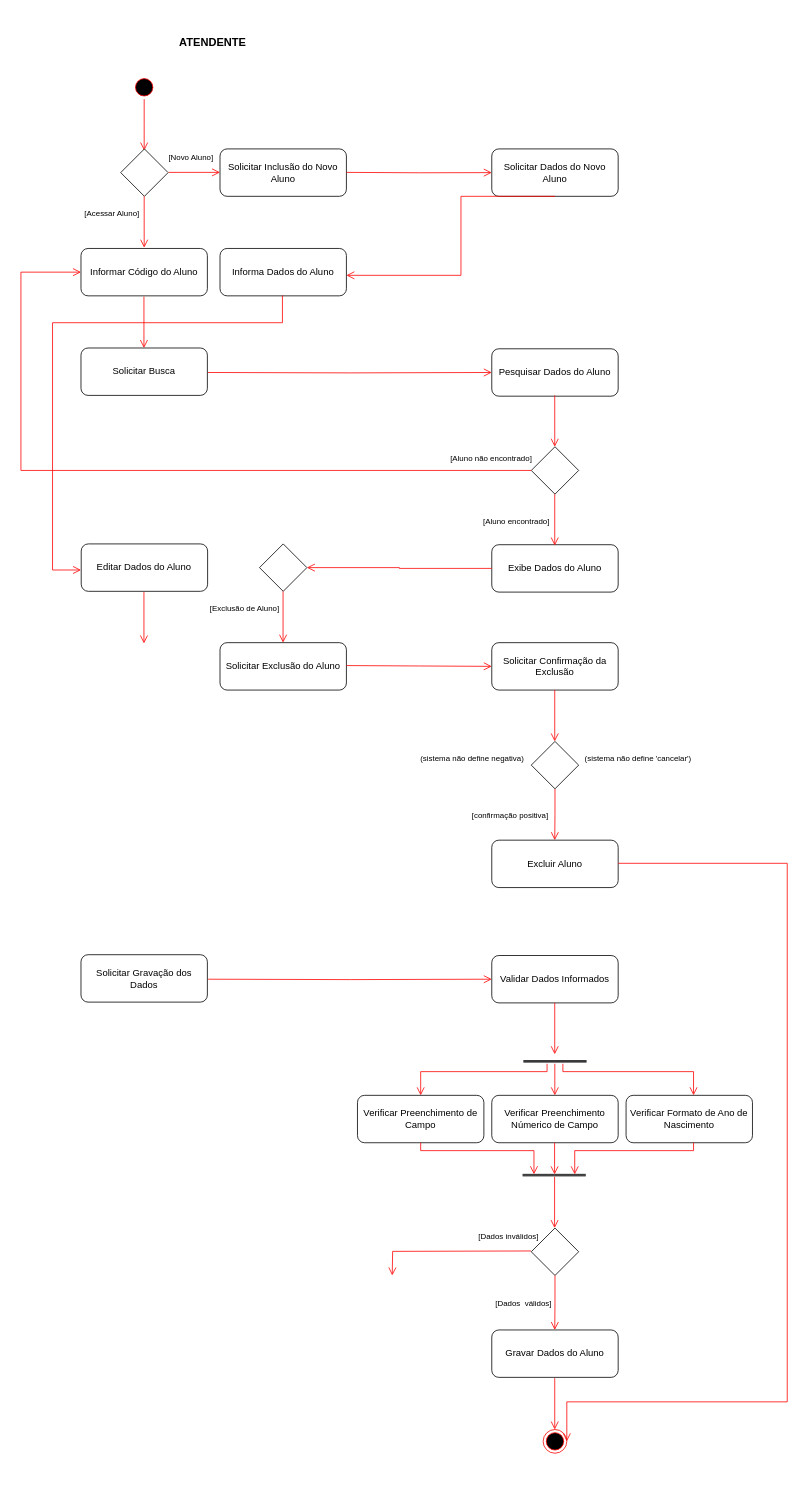
Earlier version of the draw.io diagram Atividade Prática 3 - Diagrama de Atividades.drawio (Ajnus/INF1013_Modelagem_De_Software). Source tidied: cells renumbered, new cells numbered last; positions are measured from the earlier drawing's top-left corner, leaving out a move shared by most shapes. Both pictures are drawn from the tidied source at 79%, with x=0, y=0 at pixel (21, 30).
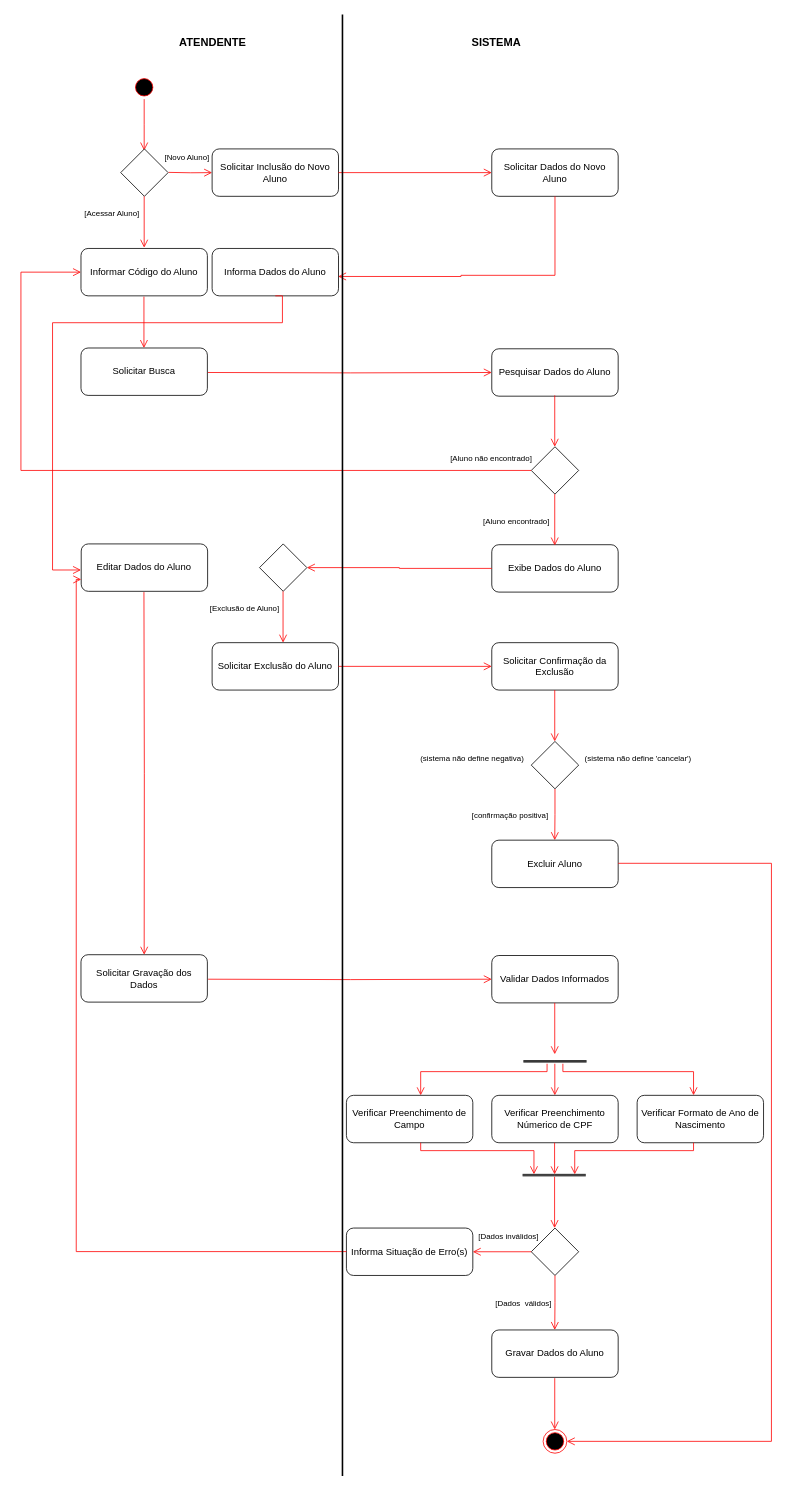
The same diagram, later.

Unchanged cells that the change refers to:
```xml
<mxCell id="12" value="Editar Dados do Aluno" style="rounded=1;whiteSpace=wrap;html=1;shadow=0;" parent="1" vertex="1">
  <mxGeometry x="76.3" y="650" width="160" height="60" as="geometry" />
</mxCell>
<mxCell id="13" value="Solicitar Gravação dos Dados" style="rounded=1;whiteSpace=wrap;html=1;shadow=0;" parent="1" vertex="1">
  <mxGeometry x="76" y="1170" width="160" height="60" as="geometry" />
</mxCell>
<mxCell id="19" style="ellipse;html=1;shape=endState;fillColor=#000000;strokeColor=#ff0000;rounded=0;shadow=0;glass=0;sketch=0;fontSize=14;" parent="1" vertex="1">
  <mxGeometry x="661" y="1771" width="30" height="30" as="geometry" />
</mxCell>
<mxCell id="26" value="Solicitar Dados do Novo Aluno" style="rounded=1;whiteSpace=wrap;html=1;shadow=0;" parent="1" vertex="1">
  <mxGeometry x="596" y="150" width="160" height="60" as="geometry" />
</mxCell>
<mxCell id="42" value="Solicitar Confirmação da Exclusão" style="rounded=1;whiteSpace=wrap;html=1;shadow=0;" parent="1" vertex="1">
  <mxGeometry x="596" y="775" width="160" height="60" as="geometry" />
</mxCell>
<mxCell id="51" style="rhombus;whiteSpace=wrap;html=1;rounded=0;shadow=0;glass=0;sketch=0;" parent="1" vertex="1">
  <mxGeometry x="646" y="1516" width="60" height="60" as="geometry" />
</mxCell>
```

Diff of the diagram source:
```diff
@@
-    <mxCell id="14" style="edgeStyle=orthogonalEdgeStyle;html=1;verticalAlign=bottom;endArrow=open;endSize=8;strokeColor=#ff0000;rounded=0;entryX=0.5;entryY=0;entryDx=0;entryDy=0;" parent="1" edge="1">
+    <mxCell id="14" style="edgeStyle=orthogonalEdgeStyle;html=1;verticalAlign=bottom;endArrow=open;endSize=8;strokeColor=#ff0000;rounded=0;entryX=0.5;entryY=0;entryDx=0;entryDy=0;" parent="1" edge="1" target="13">
       <mxGeometry relative="1" as="geometry">
         <mxPoint x="155.7" y="711" as="sourcePoint" />
-        <mxPoint x="155.7" y="776" as="targetPoint" />
       </mxGeometry>
     </mxCell>
@@
-    <mxCell id="23" style="edgeStyle=orthogonalEdgeStyle;html=1;verticalAlign=bottom;endArrow=open;endSize=8;strokeColor=#ff0000;rounded=0;" parent="1" edge="1">
+    <mxCell id="23" style="edgeStyle=orthogonalEdgeStyle;html=1;verticalAlign=bottom;endArrow=open;endSize=8;strokeColor=#ff0000;rounded=0;entryX=0;entryY=0.5;entryDx=0;entryDy=0;" parent="1" edge="1" target="24">
       <mxGeometry relative="1" as="geometry">
         <mxPoint x="187" y="179.7" as="sourcePoint" />
-        <mxPoint x="252" y="179.7" as="targetPoint" />
       </mxGeometry>
     </mxCell>
     <mxCell id="24" value="Solicitar Inclusão do Novo Aluno" style="rounded=1;whiteSpace=wrap;html=1;shadow=0;" parent="1" vertex="1">
-      <mxGeometry x="252" y="150" width="160" height="60" as="geometry" />
+      <mxGeometry x="242" y="150" width="160" height="60" as="geometry" />
     </mxCell>
-    <mxCell id="25" style="edgeStyle=orthogonalEdgeStyle;html=1;verticalAlign=bottom;endArrow=open;endSize=8;strokeColor=#ff0000;rounded=0;entryX=0;entryY=0.5;entryDx=0;entryDy=0;" parent="1" edge="1" target="26">
-      <mxGeometry relative="1" as="geometry">
-        <mxPoint x="412" y="179.7" as="sourcePoint" />
-      </mxGeometry>
+    <mxCell id="25" style="edgeStyle=orthogonalEdgeStyle;html=1;verticalAlign=bottom;endArrow=open;endSize=8;strokeColor=#ff0000;rounded=0;entryX=0;entryY=0.5;entryDx=0;entryDy=0;exitX=1;exitY=0.5;exitDx=0;exitDy=0;" parent="1" edge="1" source="24" target="26">
+      <mxGeometry relative="1" as="geometry" />
     </mxCell>
@@
     <mxCell id="27" value="Informa Dados do Aluno" style="rounded=1;whiteSpace=wrap;html=1;shadow=0;" parent="1" vertex="1">
-      <mxGeometry x="252" y="276" width="160" height="60" as="geometry" />
+      <mxGeometry x="242" y="276" width="160" height="60" as="geometry" />
     </mxCell>
-    <mxCell id="28" style="edgeStyle=orthogonalEdgeStyle;html=1;verticalAlign=bottom;endArrow=open;endSize=8;strokeColor=#ff0000;rounded=0;exitX=0.5;exitY=1;exitDx=0;exitDy=0;" parent="1" edge="1" source="26">
+    <mxCell id="28" style="edgeStyle=orthogonalEdgeStyle;html=1;verticalAlign=bottom;endArrow=open;endSize=8;strokeColor=#ff0000;rounded=0;exitX=0.5;exitY=1;exitDx=0;exitDy=0;entryX=0.997;entryY=0.591;entryDx=0;entryDy=0;entryPerimeter=0;" parent="1" edge="1" source="26" target="27">
       <mxGeometry relative="1" as="geometry">
-        <mxPoint x="412" y="310" as="targetPoint" />
         <Array as="points">
+          <mxPoint x="676" y="310" />
           <mxPoint x="557" y="310" />
+          <mxPoint x="557" y="312" />
         </Array>
       </mxGeometry>
     </mxCell>
@@
     <mxCell id="31" value="&lt;font style=&quot;font-size: 10px;&quot;&gt;[Novo Aluno]&lt;/font&gt;" style="text;html=1;align=center;verticalAlign=middle;strokeColor=none;fillColor=none;fontSize=14;" parent="1" vertex="1">
-      <mxGeometry x="175" y="150" width="80" height="20" as="geometry" />
+      <mxGeometry x="170" y="150" width="80" height="20" as="geometry" />
     </mxCell>
@@
     <mxCell id="41" value="Solicitar Exclusão do Aluno" style="rounded=1;whiteSpace=wrap;html=1;shadow=0;" parent="1" vertex="1">
-      <mxGeometry x="252" y="775" width="160" height="60" as="geometry" />
+      <mxGeometry x="242" y="775" width="160" height="60" as="geometry" />
     </mxCell>
@@
-    <mxCell id="43" style="edgeStyle=orthogonalEdgeStyle;html=1;verticalAlign=bottom;endArrow=open;endSize=8;strokeColor=#ff0000;rounded=0;entryX=0;entryY=0.5;entryDx=0;entryDy=0;" parent="1" edge="1" target="42">
-      <mxGeometry relative="1" as="geometry">
-        <mxPoint x="412" y="804" as="sourcePoint" />
-      </mxGeometry>
+    <mxCell id="43" style="edgeStyle=orthogonalEdgeStyle;html=1;verticalAlign=bottom;endArrow=open;endSize=8;strokeColor=#ff0000;rounded=0;entryX=0;entryY=0.5;entryDx=0;entryDy=0;exitX=1;exitY=0.5;exitDx=0;exitDy=0;" parent="1" edge="1" source="41" target="42">
+      <mxGeometry relative="1" as="geometry" />
     </mxCell>
@@
     <mxCell id="48" style="edgeStyle=orthogonalEdgeStyle;html=1;verticalAlign=bottom;endArrow=open;endSize=8;strokeColor=#ff0000;rounded=0;entryX=1;entryY=0.5;entryDx=0;entryDy=0;" parent="1" edge="1" target="19">
       <mxGeometry relative="1" as="geometry">
         <mxPoint x="756" y="1054.3" as="sourcePoint" />
         <Array as="points">
-          <mxPoint x="970" y="1054" />
-          <mxPoint x="970" y="1736" />
+          <mxPoint x="950" y="1054" />
+          <mxPoint x="950" y="1786" />
         </Array>
       </mxGeometry>
     </mxCell>
@@
-    <mxCell id="54" style="edgeStyle=orthogonalEdgeStyle;html=1;verticalAlign=bottom;endArrow=open;endSize=8;strokeColor=#ff0000;rounded=0;" parent="1" edge="1">
-      <mxGeometry relative="1" as="geometry">
-        <mxPoint x="645.6" y="1545" as="sourcePoint" />
-        <mxPoint x="470" y="1576" as="targetPoint" />
-      </mxGeometry>
-    </mxCell>
@@
     <mxCell id="61" value="Verificar Preenchimento de Campo" style="rounded=1;whiteSpace=wrap;html=1;shadow=0;" parent="1" vertex="1">
-      <mxGeometry x="426" y="1348" width="160" height="60" as="geometry" />
+      <mxGeometry x="412" y="1348" width="160" height="60" as="geometry" />
     </mxCell>
-    <mxCell id="62" value="Verificar Preenchimento Númerico de Campo" style="rounded=1;whiteSpace=wrap;html=1;shadow=0;" parent="1" vertex="1">
+    <mxCell id="62" value="Verificar Preenchimento Númerico de CPF" style="rounded=1;whiteSpace=wrap;html=1;shadow=0;" parent="1" vertex="1">
       <mxGeometry x="596" y="1348" width="160" height="60" as="geometry" />
     </mxCell>
     <mxCell id="63" value="Verificar Formato de Ano de Nascimento" style="rounded=1;whiteSpace=wrap;html=1;shadow=0;" parent="1" vertex="1">
-      <mxGeometry x="766" y="1348" width="160" height="60" as="geometry" />
+      <mxGeometry x="780" y="1348" width="160" height="60" as="geometry" />
     </mxCell>
@@
+    <mxCell id="80" value="Informa Situação de Erro(s)" style="rounded=1;whiteSpace=wrap;html=1;shadow=0;" parent="1" vertex="1">
+      <mxGeometry x="412" y="1516" width="160" height="60" as="geometry" />
+    </mxCell>
+    <mxCell id="81" style="edgeStyle=orthogonalEdgeStyle;html=1;verticalAlign=bottom;endArrow=open;endSize=8;strokeColor=#ff0000;rounded=0;entryX=1;entryY=0.5;entryDx=0;entryDy=0;exitX=0;exitY=0.5;exitDx=0;exitDy=0;" parent="1" edge="1" source="51" target="80">
+      <mxGeometry relative="1" as="geometry" />
+    </mxCell>
+    <mxCell id="82" style="edgeStyle=orthogonalEdgeStyle;html=1;verticalAlign=bottom;endArrow=open;endSize=8;strokeColor=#ff0000;rounded=0;exitX=0;exitY=0.5;exitDx=0;exitDy=0;entryX=0;entryY=0.75;entryDx=0;entryDy=0;" parent="1" edge="1" target="12">
+      <mxGeometry relative="1" as="geometry">
+        <mxPoint x="412" y="1545.8" as="sourcePoint" />
+        <Array as="points">
+          <mxPoint x="70" y="1546" />
+          <mxPoint x="70" y="695" />
+        </Array>
+      </mxGeometry>
+    </mxCell>
+    <mxCell id="83" style="line;strokeWidth=2;direction=south;html=1;rounded=0;shadow=0;glass=0;sketch=0;fontSize=10;" parent="1" vertex="1">
+      <mxGeometry x="402" y="-20" width="10" height="1850" as="geometry" />
+    </mxCell>
+    <mxCell id="84" value="&lt;font style=&quot;font-size: 14px;&quot;&gt;&lt;b&gt;SISTEMA&lt;/b&gt;&lt;/font&gt;" style="text;html=1;strokeColor=none;fillColor=none;align=center;verticalAlign=middle;whiteSpace=wrap;rounded=0;shadow=0;glass=0;sketch=0;" parent="1" vertex="1">
+      <mxGeometry x="529" width="146" height="30" as="geometry" />
+    </mxCell>
```
